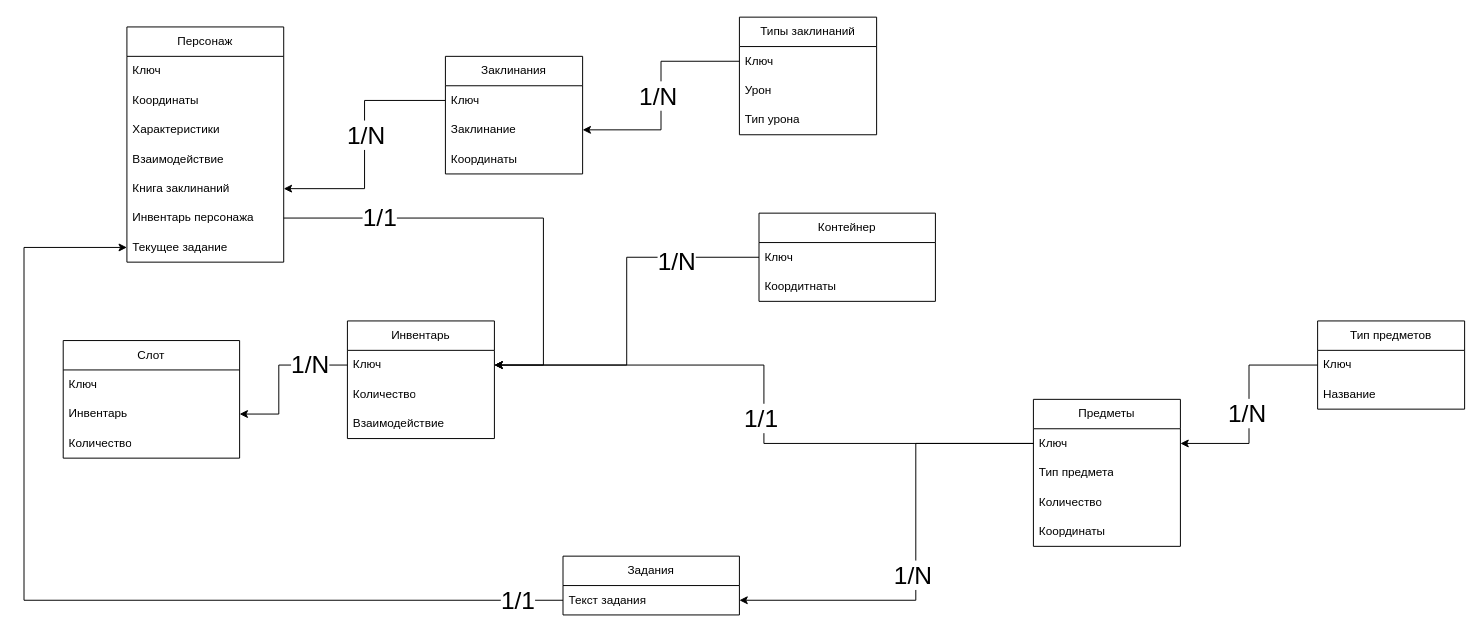
The draw.io diagram ER.drawio in Alv1or/RPG, before the edit. Source tidied: cells renumbered, new cells numbered last; positions are measured from the earlier drawing's top-left corner, leaving out a move shared by most shapes. Both pictures are drawn from the tidied source at 98%, with x=0, y=0 at pixel (24, 17).
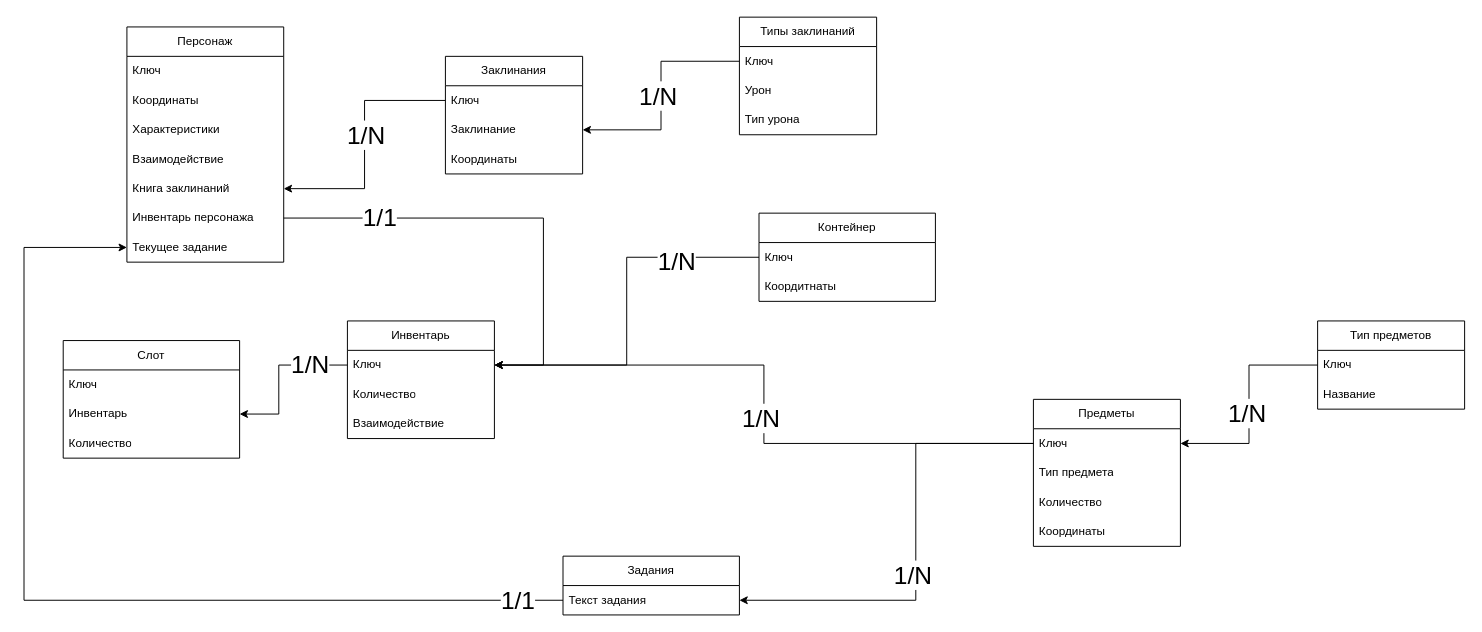
After the change.

Unchanged cells that the change refers to:
```xml
<mxCell id="53" style="edgeStyle=orthogonalEdgeStyle;rounded=0;jettySize=auto;html=1;entryX=1;entryY=0.5;entryDx=0;entryDy=0;" parent="1" edge="1" source="21" target="3">
  <mxGeometry relative="1" as="geometry" />
</mxCell>
```

The edit, as a diff of the source:
```diff
@@
-    <mxCell id="54" value="&lt;font style=&quot;font-size: 25px;&quot;&gt;1/1&lt;/font&gt;" style="edgeLabel;html=1;align=center;verticalAlign=middle;" parent="53" vertex="1">
+    <mxCell id="54" value="&lt;font style=&quot;font-size: 25px;&quot;&gt;1/N&lt;/font&gt;" style="edgeLabel;html=1;align=center;verticalAlign=middle;" parent="53" vertex="1">
       <mxGeometry x="-0.04" y="3" relative="1" as="geometry">
         <mxPoint x="-1" as="offset" />
       </mxGeometry>
     </mxCell>
```
